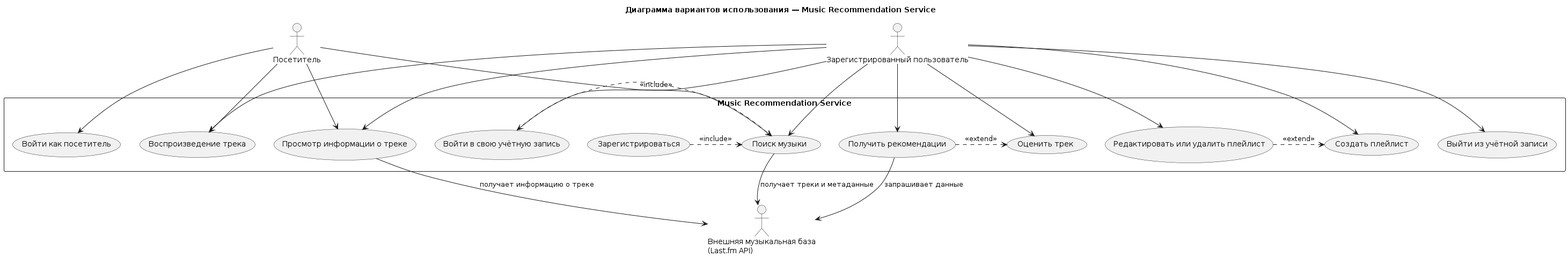
Before: Docs/Diagrams/Images/useCase.png, a diagram exported from PlantUML (Everolfe/Music-recommendation-service).
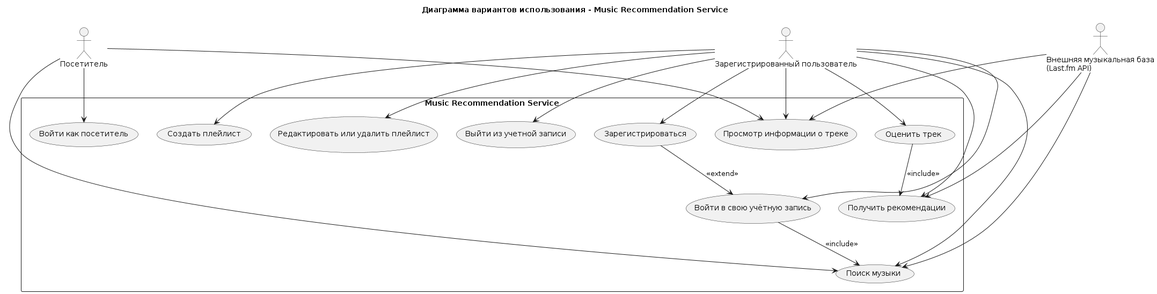
After the commit.

What changed in the source:
```diff
@@ -1,46 +1,43 @@
 @startuml
-title Диаграмма вариантов использования — Music Recommendation Service
+title Диаграмма вариантов использования - Music Recommendation Service
 
-actor "Посетитель" as Guest
+actor "Посетитель" as Visitor
 actor "Зарегистрированный пользователь" as User
 actor "Внешняя музыкальная база\n(Last.fm API)" as API
 
 rectangle "Music Recommendation Service" {
 
-  (Войти как посетитель) as UC_Visitor
-  (Зарегистрироваться) as UC_Register
-  (Войти в свою учётную запись) as UC_Login
-  (Выйти из учётной записи) as UC_Logout
-  (Поиск музыки) as UC_Search
-  (Просмотр информации о треке) as UC_ViewTrack
-  (Воспроизведение трека) as UC_Play
-  (Оценить трек) as UC_Rate
-  (Получить рекомендации) as UC_Recs
-  (Создать плейлист) as UC_CreatePlaylist
-  (Редактировать или удалить плейлист) as UC_EditPlaylist
+    (Войти в свою учётную запись) as UC1
+    (Зарегистрироваться) as UC2
+    (Войти как посетитель) as UC3
+    (Поиск музыки) as UC4
+    (Просмотр информации о треке) as UC5
+    (Оценить трек) as UC7
+    (Получить рекомендации) as UC8
+    (Создать плейлист) as UC9
+    (Редактировать или удалить плейлист) as UC10
+    (Выйти из учетной записи) as UC11
 }
 
-Guest --> UC_Visitor
-Guest --> UC_Search
-Guest --> UC_ViewTrack
-Guest --> UC_Play
+Visitor --> UC3
+Visitor --> UC4
+Visitor --> UC5
 
-User --> UC_Login
-User --> UC_Logout
-User --> UC_Search
-User --> UC_ViewTrack
-User --> UC_Play
-User --> UC_Rate
-User --> UC_Recs
-User --> UC_CreatePlaylist
-User --> UC_EditPlaylist
+User --> UC1
+User --> UC2
+User --> UC4
+User --> UC5
+User --> UC7
+User --> UC8
+User --> UC9
+User --> UC10
+User --> UC11
 
-UC_Recs --> API : запрашивает данные
-UC_Search --> API : получает треки и метаданные
-UC_ViewTrack --> API : получает информацию о треке
+API --> UC4
+API --> UC5
+API --> UC8
 
-UC_Login .> UC_Search : <<include>>
-UC_Register .> UC_Search : <<include>>
-UC_Recs .> UC_Rate : <<extend>>
-UC_EditPlaylist .> UC_CreatePlaylist : <<extend>>
+UC1 --> UC4 : <<include>>
+UC2 --> UC1 : <<extend>>
+UC7 --> UC8 : <<include>>
 @enduml
```
